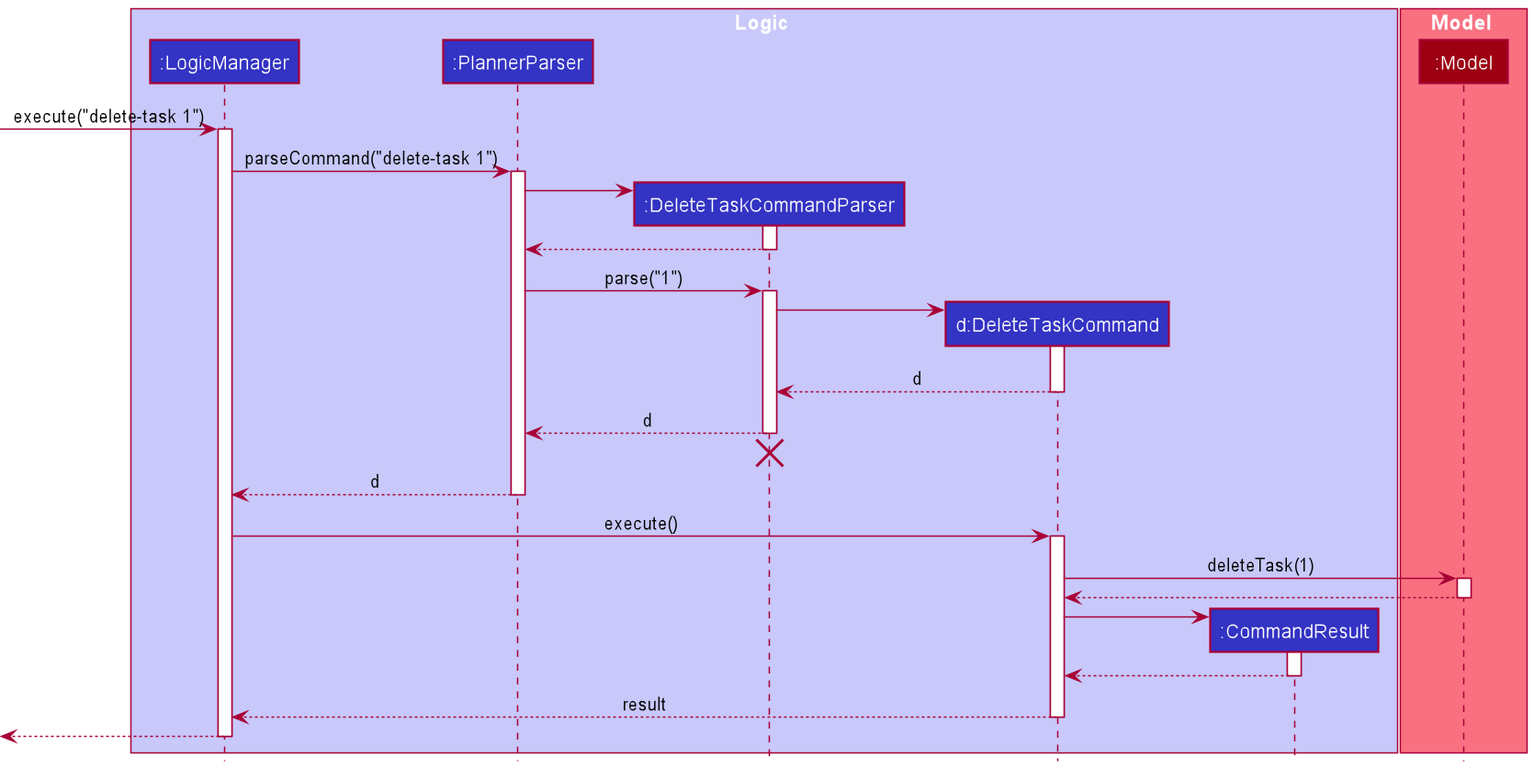
Above: docs/images/DeleteSequenceDiagram.png in nus-cs2103-AY2021S2/tp (PlantUML), before the change.
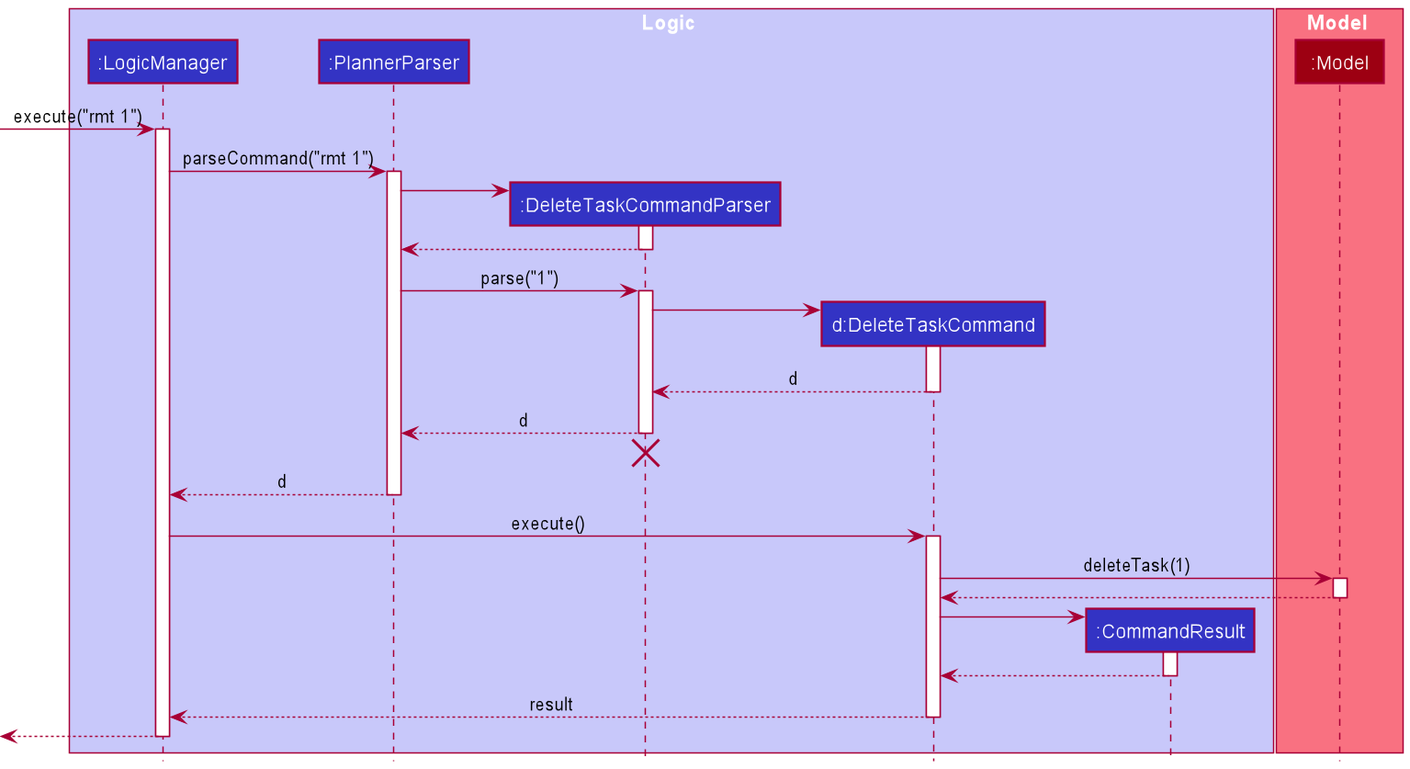
Above is the later version.

Commit message:
Update DG and UML diagram bugs

Diff of the diagram source:
```diff
@@ -13,10 +13,10 @@
 participant ":Model" as Model MODEL_COLOR
 end box
 
-[-> LogicManager : execute("delete-task 1")
+[-> LogicManager : execute("rmt 1")
 activate LogicManager
 
-LogicManager -> PlannerParser : parseCommand("delete-task 1")
+LogicManager -> PlannerParser : parseCommand("rmt 1")
 activate PlannerParser
 
 create DeleteCommandParser
```
